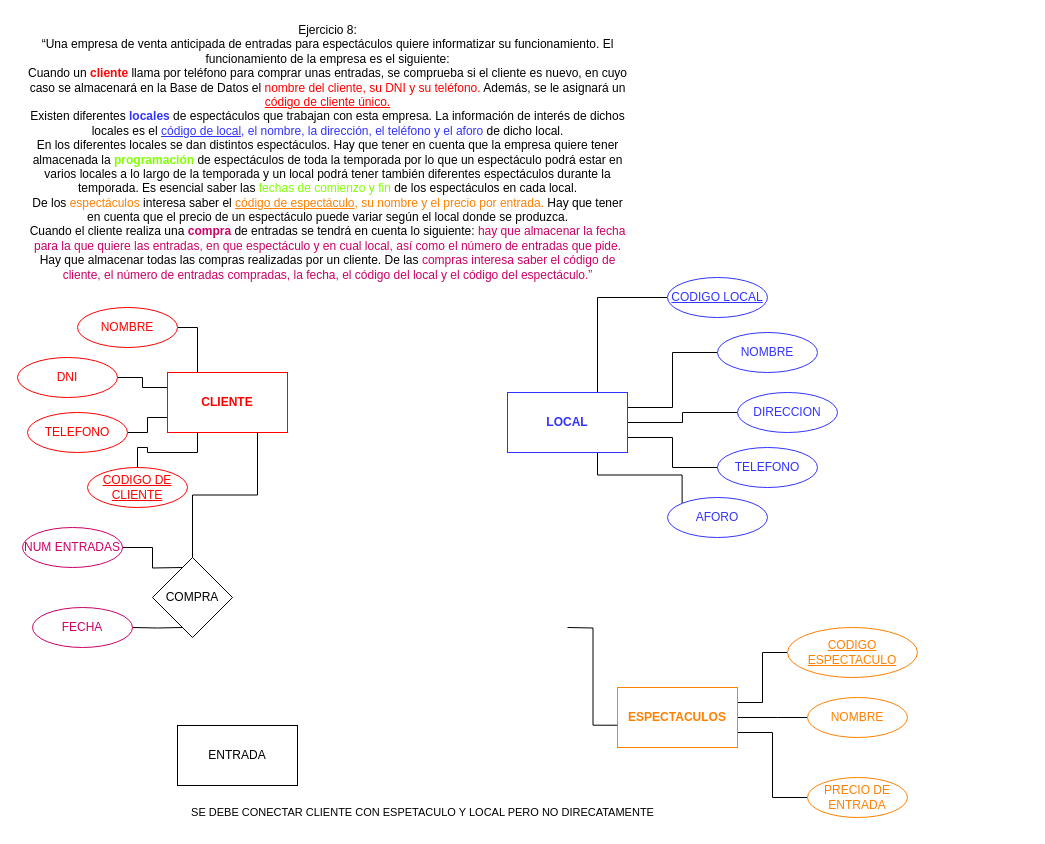
Earlier version of the draw.io diagram page "Página-4" (4 of 5) of Diagrama sin título.drawio (Cris25nkl/DIAGRAMS_BD). Source tidied: cells renumbered, new cells numbered last; positions are measured from the earlier drawing's top-left corner, leaving out a move shared by most shapes. Both pictures are drawn from the tidied source at 100%, with x=0, y=0 at pixel (17, 17).
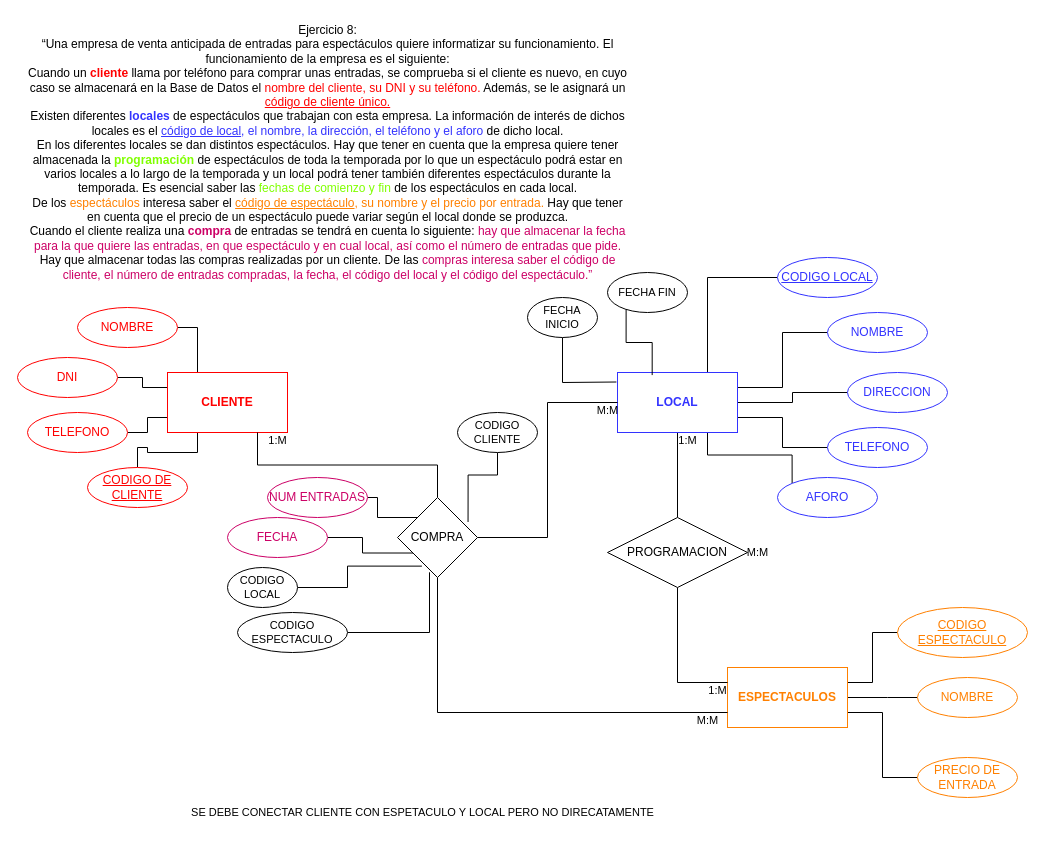
The same diagram, later.

Diff of the diagram source:
```diff
@@
+    <mxCell id="39" style="edgeStyle=orthogonalEdgeStyle;shape=connector;rounded=0;jettySize=auto;html=1;exitX=0.5;exitY=1;exitDx=0;exitDy=0;labelBackgroundColor=default;strokeColor=default;fontFamily=Helvetica;fontSize=11;fontColor=default;endArrow=none;endFill=0;" parent="1" edge="1" source="13" target="44">
+      <mxGeometry relative="1" as="geometry" />
+    </mxCell>
     <mxCell id="13" value="&lt;b&gt;LOCAL&lt;/b&gt;" style="whiteSpace=wrap;html=1;strokeColor=#3333FF;fontColor=#3333FF;" parent="1" vertex="1">
-      <mxGeometry x="490" y="375" width="120" height="60" as="geometry" />
+      <mxGeometry x="600" y="355" width="120" height="60" as="geometry" />
     </mxCell>
@@
     <mxCell id="15" style="edgeStyle=orthogonalEdgeStyle;rounded=0;jettySize=auto;html=1;exitX=1;exitY=0.5;exitDx=0;exitDy=0;entryX=0;entryY=0.5;entryDx=0;entryDy=0;endArrow=none;endFill=0;" parent="1" edge="1" source="17" target="30">
       <mxGeometry relative="1" as="geometry">
         <Array as="points">
-          <mxPoint x="760" y="700" />
-          <mxPoint x="760" y="700" />
+          <mxPoint x="870" y="680" />
+          <mxPoint x="870" y="680" />
         </Array>
       </mxGeometry>
     </mxCell>
@@
     <mxCell id="17" value="ESPECTACULOS" style="whiteSpace=wrap;html=1;fontStyle=1;strokeColor=#FF8000;fontColor=#FF8000;" parent="1" vertex="1">
-      <mxGeometry x="600" y="670" width="120" height="60" as="geometry" />
+      <mxGeometry x="710" y="650" width="120" height="60" as="geometry" />
     </mxCell>
-    <mxCell id="18" style="edgeStyle=orthogonalEdgeStyle;rounded=0;jettySize=auto;html=1;exitX=0.25;exitY=0;exitDx=0;exitDy=0;entryX=1;entryY=0.5;entryDx=0;entryDy=0;endArrow=none;endFill=0;" parent="1" edge="1" target="32">
-      <mxGeometry relative="1" as="geometry">
-        <mxPoint x="165" y="550" as="sourcePoint" />
-      </mxGeometry>
+    <mxCell id="18" style="edgeStyle=orthogonalEdgeStyle;rounded=0;jettySize=auto;html=1;exitX=0;exitY=0;exitDx=0;exitDy=0;entryX=1;entryY=0.5;entryDx=0;entryDy=0;endArrow=none;endFill=0;" parent="1" edge="1" source="36" target="32">
+      <mxGeometry relative="1" as="geometry" />
     </mxCell>
-    <mxCell id="19" style="edgeStyle=orthogonalEdgeStyle;rounded=0;jettySize=auto;html=1;exitX=0.25;exitY=1;exitDx=0;exitDy=0;entryX=1;entryY=0.5;entryDx=0;entryDy=0;endArrow=none;endFill=0;" parent="1" edge="1" target="33">
-      <mxGeometry relative="1" as="geometry">
-        <mxPoint x="165" y="610" as="sourcePoint" />
-      </mxGeometry>
+    <mxCell id="19" style="edgeStyle=orthogonalEdgeStyle;rounded=0;jettySize=auto;html=1;exitX=0.236;exitY=0.694;exitDx=0;exitDy=0;entryX=1;entryY=0.5;entryDx=0;entryDy=0;endArrow=none;endFill=0;exitPerimeter=0;" parent="1" edge="1" source="36" target="33">
+      <mxGeometry relative="1" as="geometry" />
     </mxCell>
@@
     <mxCell id="24" value="CODIGO LOCAL" style="ellipse;whiteSpace=wrap;html=1;align=center;fontStyle=4;strokeColor=#3333FF;fontColor=#3333FF;" parent="1" vertex="1">
-      <mxGeometry x="650" y="260" width="100" height="40" as="geometry" />
+      <mxGeometry x="760" y="240" width="100" height="40" as="geometry" />
     </mxCell>
     <mxCell id="25" value="NOMBRE" style="ellipse;whiteSpace=wrap;html=1;align=center;strokeColor=#3333FF;fontColor=#3333FF;" parent="1" vertex="1">
-      <mxGeometry x="700" y="315" width="100" height="40" as="geometry" />
+      <mxGeometry x="810" y="295" width="100" height="40" as="geometry" />
     </mxCell>
     <mxCell id="26" value="DIRECCION" style="ellipse;whiteSpace=wrap;html=1;align=center;strokeColor=#3333FF;fontColor=#3333FF;" parent="1" vertex="1">
-      <mxGeometry x="720" y="375" width="100" height="40" as="geometry" />
+      <mxGeometry x="830" y="355" width="100" height="40" as="geometry" />
     </mxCell>
     <mxCell id="27" value="TELEFONO" style="ellipse;whiteSpace=wrap;html=1;align=center;strokeColor=#3333FF;fontColor=#3333FF;" parent="1" vertex="1">
-      <mxGeometry x="700" y="430" width="100" height="40" as="geometry" />
+      <mxGeometry x="810" y="410" width="100" height="40" as="geometry" />
     </mxCell>
     <mxCell id="28" value="AFORO" style="ellipse;whiteSpace=wrap;html=1;align=center;strokeColor=#3333FF;fontColor=#3333FF;" parent="1" vertex="1">
-      <mxGeometry x="650" y="480" width="100" height="40" as="geometry" />
+      <mxGeometry x="760" y="460" width="100" height="40" as="geometry" />
     </mxCell>
     <mxCell id="29" value="CODIGO ESPECTACULO" style="ellipse;whiteSpace=wrap;html=1;align=center;fontStyle=4;strokeColor=#FF8000;fontColor=#FF8000;" parent="1" vertex="1">
-      <mxGeometry x="770" y="610" width="130" height="50" as="geometry" />
+      <mxGeometry x="880" y="590" width="130" height="50" as="geometry" />
     </mxCell>
     <mxCell id="30" value="NOMBRE" style="ellipse;whiteSpace=wrap;html=1;align=center;strokeColor=#FF8000;fontColor=#FF8000;" parent="1" vertex="1">
-      <mxGeometry x="790" y="680" width="100" height="40" as="geometry" />
+      <mxGeometry x="900" y="660" width="100" height="40" as="geometry" />
     </mxCell>
     <mxCell id="31" value="PRECIO DE ENTRADA" style="ellipse;whiteSpace=wrap;html=1;align=center;strokeColor=#FF8000;fontColor=#FF8000;" parent="1" vertex="1">
-      <mxGeometry x="790" y="760" width="100" height="40" as="geometry" />
+      <mxGeometry x="900" y="740" width="100" height="40" as="geometry" />
     </mxCell>
     <mxCell id="32" value="NUM ENTRADAS" style="ellipse;whiteSpace=wrap;html=1;align=center;fontColor=#CC0066;strokeColor=#CC0066;" parent="1" vertex="1">
-      <mxGeometry x="5" y="510" width="100" height="40" as="geometry" />
+      <mxGeometry x="250" y="460" width="100" height="40" as="geometry" />
     </mxCell>
     <mxCell id="33" value="FECHA" style="ellipse;whiteSpace=wrap;html=1;align=center;fontColor=#CC0066;strokeColor=#CC0066;" parent="1" vertex="1">
-      <mxGeometry x="15" y="590" width="100" height="40" as="geometry" />
+      <mxGeometry x="210" y="500" width="100" height="40" as="geometry" />
     </mxCell>
-    <mxCell id="34" style="edgeStyle=orthogonalEdgeStyle;rounded=0;jettySize=auto;html=1;entryX=-0.002;entryY=0.629;entryDx=0;entryDy=0;entryPerimeter=0;exitX=0.5;exitY=1;exitDx=0;exitDy=0;endArrow=none;endFill=0;" parent="1" edge="1" target="17">
-      <mxGeometry relative="1" as="geometry">
-        <mxPoint x="550" y="610" as="sourcePoint" />
-      </mxGeometry>
+    <mxCell id="34" style="edgeStyle=orthogonalEdgeStyle;rounded=0;jettySize=auto;html=1;entryX=0;entryY=0.25;entryDx=0;entryDy=0;exitX=0.5;exitY=1;exitDx=0;exitDy=0;endArrow=none;endFill=0;" parent="1" edge="1" source="44" target="17">
+      <mxGeometry relative="1" as="geometry" />
     </mxCell>
@@
+    <mxCell id="40" style="edgeStyle=orthogonalEdgeStyle;shape=connector;rounded=0;jettySize=auto;html=1;exitX=1;exitY=0.5;exitDx=0;exitDy=0;entryX=0;entryY=0.5;entryDx=0;entryDy=0;labelBackgroundColor=default;strokeColor=default;fontFamily=Helvetica;fontSize=11;fontColor=default;endArrow=none;endFill=0;" parent="1" edge="1" source="36" target="13">
+      <mxGeometry relative="1" as="geometry" />
+    </mxCell>
+    <mxCell id="41" style="edgeStyle=orthogonalEdgeStyle;shape=connector;rounded=0;jettySize=auto;html=1;exitX=0.5;exitY=1;exitDx=0;exitDy=0;entryX=0;entryY=0.75;entryDx=0;entryDy=0;labelBackgroundColor=default;strokeColor=default;fontFamily=Helvetica;fontSize=11;fontColor=default;endArrow=none;endFill=0;" parent="1" edge="1" source="36" target="17">
+      <mxGeometry relative="1" as="geometry" />
+    </mxCell>
     <mxCell id="36" value="COMPRA" style="rhombus;whiteSpace=wrap;html=1;" parent="1" vertex="1">
-      <mxGeometry x="135" y="540" width="80" height="80" as="geometry" />
+      <mxGeometry x="380" y="480" width="80" height="80" as="geometry" />
     </mxCell>
-    <mxCell id="37" value="ENTRADA" style="whiteSpace=wrap;html=1;" parent="1" vertex="1">
-      <mxGeometry x="160" y="708" width="120" height="60" as="geometry" />
-    </mxCell>
@@
+    <mxCell id="42" style="edgeStyle=orthogonalEdgeStyle;shape=connector;rounded=0;jettySize=auto;html=1;exitX=-0.009;exitY=0.158;exitDx=0;exitDy=0;entryX=0.5;entryY=1;entryDx=0;entryDy=0;labelBackgroundColor=default;strokeColor=default;fontFamily=Helvetica;fontSize=11;fontColor=default;endArrow=none;endFill=0;exitPerimeter=0;" parent="1" edge="1" target="45">
+      <mxGeometry relative="1" as="geometry">
+        <mxPoint x="598.9" y="364.5" as="sourcePoint" />
+      </mxGeometry>
+    </mxCell>
+    <mxCell id="43" style="edgeStyle=orthogonalEdgeStyle;shape=connector;rounded=0;jettySize=auto;html=1;exitX=0.289;exitY=0.043;exitDx=0;exitDy=0;entryX=0.233;entryY=0.146;entryDx=0;entryDy=0;entryPerimeter=0;labelBackgroundColor=default;strokeColor=default;fontFamily=Helvetica;fontSize=11;fontColor=default;endArrow=none;endFill=0;exitPerimeter=0;" parent="1" edge="1" source="13" target="46">
+      <mxGeometry relative="1" as="geometry" />
+    </mxCell>
+    <mxCell id="44" value="PROGRAMACION" style="rhombus;whiteSpace=wrap;html=1;" parent="1" vertex="1">
+      <mxGeometry x="590" y="500" width="140" height="70" as="geometry" />
+    </mxCell>
+    <mxCell id="45" value="FECHA INICIO" style="ellipse;whiteSpace=wrap;html=1;fontFamily=Helvetica;fontSize=11;fontColor=default;" parent="1" vertex="1">
+      <mxGeometry x="510" y="280" width="70" height="40" as="geometry" />
+    </mxCell>
+    <mxCell id="46" value="FECHA FIN" style="ellipse;whiteSpace=wrap;html=1;fontFamily=Helvetica;fontSize=11;fontColor=default;" parent="1" vertex="1">
+      <mxGeometry x="590" y="255" width="80" height="40" as="geometry" />
+    </mxCell>
+    <mxCell id="47" value="1:M" style="text;html=1;align=center;verticalAlign=middle;strokeColor=none;fillColor=none;fontSize=11;fontFamily=Helvetica;fontColor=default;" parent="1" vertex="1">
+      <mxGeometry x="680" y="658" width="40" height="30" as="geometry" />
+    </mxCell>
+    <mxCell id="48" value="1:M" style="text;html=1;align=center;verticalAlign=middle;strokeColor=none;fillColor=none;fontSize=11;fontFamily=Helvetica;fontColor=default;" parent="1" vertex="1">
+      <mxGeometry x="650" y="408" width="40" height="30" as="geometry" />
+    </mxCell>
+    <mxCell id="49" value="M:M" style="text;html=1;align=center;verticalAlign=middle;strokeColor=none;fillColor=none;fontSize=11;fontFamily=Helvetica;fontColor=default;" parent="1" vertex="1">
+      <mxGeometry x="720" y="520" width="40" height="30" as="geometry" />
+    </mxCell>
+    <mxCell id="50" style="edgeStyle=orthogonalEdgeStyle;shape=connector;rounded=0;jettySize=auto;html=1;exitX=1;exitY=0.5;exitDx=0;exitDy=0;entryX=0.305;entryY=0.858;entryDx=0;entryDy=0;entryPerimeter=0;labelBackgroundColor=default;strokeColor=default;fontFamily=Helvetica;fontSize=11;fontColor=default;endArrow=none;endFill=0;" parent="1" edge="1" source="51" target="36">
+      <mxGeometry relative="1" as="geometry" />
+    </mxCell>
+    <mxCell id="51" value="CODIGO LOCAL" style="ellipse;whiteSpace=wrap;html=1;fontFamily=Helvetica;fontSize=11;fontColor=default;" parent="1" vertex="1">
+      <mxGeometry x="210" y="550" width="70" height="40" as="geometry" />
+    </mxCell>
+    <mxCell id="52" style="edgeStyle=orthogonalEdgeStyle;shape=connector;rounded=0;jettySize=auto;html=1;exitX=1;exitY=0.5;exitDx=0;exitDy=0;entryX=0.4;entryY=0.935;entryDx=0;entryDy=0;entryPerimeter=0;labelBackgroundColor=default;strokeColor=default;fontFamily=Helvetica;fontSize=11;fontColor=default;endArrow=none;endFill=0;" parent="1" edge="1" source="53" target="36">
+      <mxGeometry relative="1" as="geometry" />
+    </mxCell>
+    <mxCell id="53" value="CODIGO ESPECTACULO" style="ellipse;whiteSpace=wrap;html=1;fontFamily=Helvetica;fontSize=11;fontColor=default;" parent="1" vertex="1">
+      <mxGeometry x="220" y="595" width="110" height="40" as="geometry" />
+    </mxCell>
+    <mxCell id="54" style="edgeStyle=orthogonalEdgeStyle;shape=connector;rounded=0;jettySize=auto;html=1;entryX=0.882;entryY=0.306;entryDx=0;entryDy=0;entryPerimeter=0;labelBackgroundColor=default;strokeColor=default;fontFamily=Helvetica;fontSize=11;fontColor=default;endArrow=none;endFill=0;" parent="1" edge="1" source="55" target="36">
+      <mxGeometry relative="1" as="geometry" />
+    </mxCell>
+    <mxCell id="55" value="CODIGO CLIENTE" style="ellipse;whiteSpace=wrap;html=1;fontFamily=Helvetica;fontSize=11;fontColor=default;" parent="1" vertex="1">
+      <mxGeometry x="440" y="395" width="80" height="40" as="geometry" />
+    </mxCell>
+    <mxCell id="56" value="M:M" style="text;html=1;align=center;verticalAlign=middle;strokeColor=none;fillColor=none;fontSize=11;fontFamily=Helvetica;fontColor=default;" parent="1" vertex="1">
+      <mxGeometry x="670" y="688" width="40" height="30" as="geometry" />
+    </mxCell>
+    <mxCell id="57" value="M:M" style="text;html=1;align=center;verticalAlign=middle;strokeColor=none;fillColor=none;fontSize=11;fontFamily=Helvetica;fontColor=default;" parent="1" vertex="1">
+      <mxGeometry x="570" y="378" width="40" height="30" as="geometry" />
+    </mxCell>
+    <mxCell id="58" value="1:M" style="text;html=1;align=center;verticalAlign=middle;strokeColor=none;fillColor=none;fontSize=11;fontFamily=Helvetica;fontColor=default;" parent="1" vertex="1">
+      <mxGeometry x="240" y="408" width="40" height="30" as="geometry" />
+    </mxCell>
```
